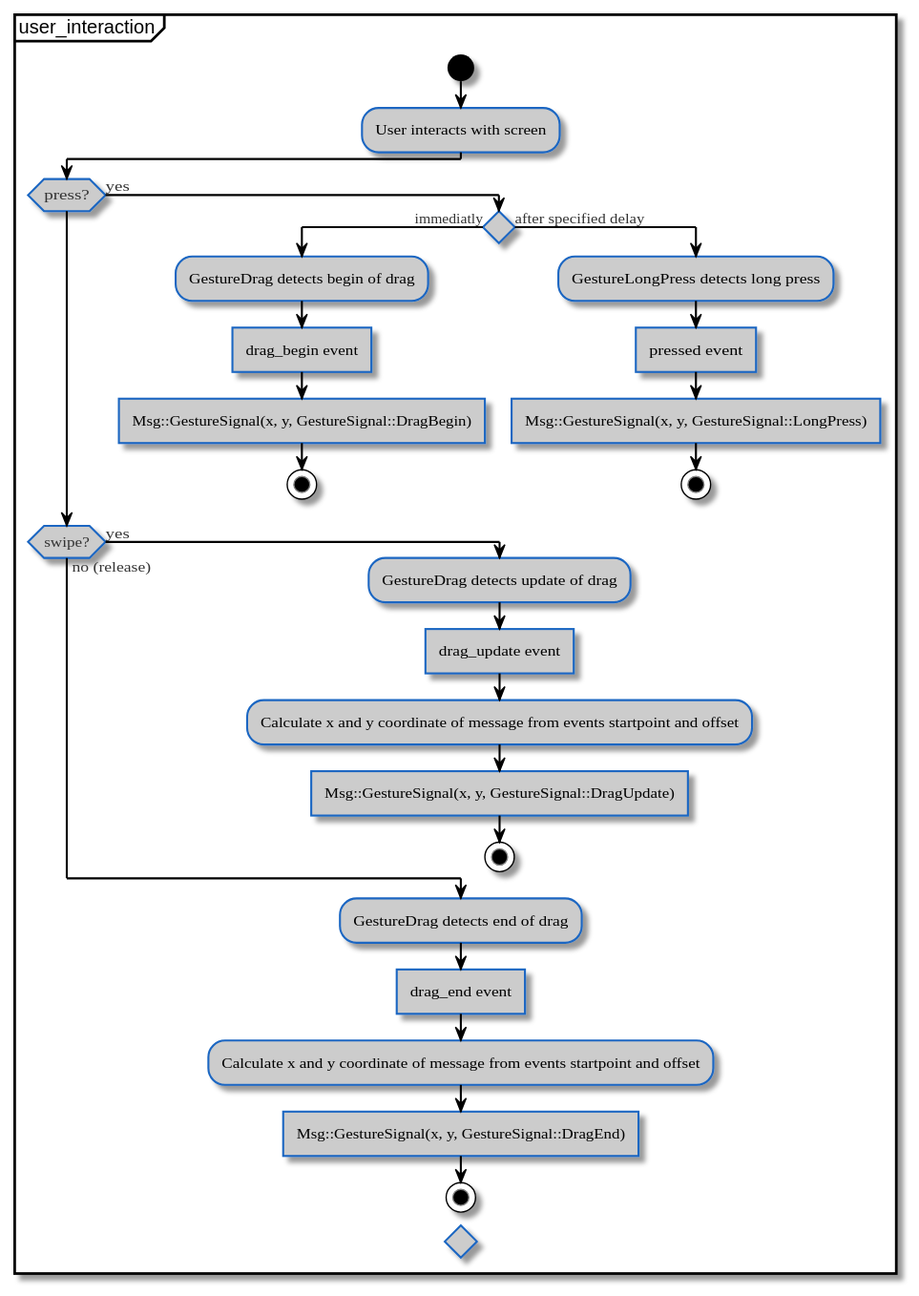
The PlantUML diagram docs/diagrams/out/activity/user_interaction/user_interaction.svg in pentamassiv/keyboard, before a commit.
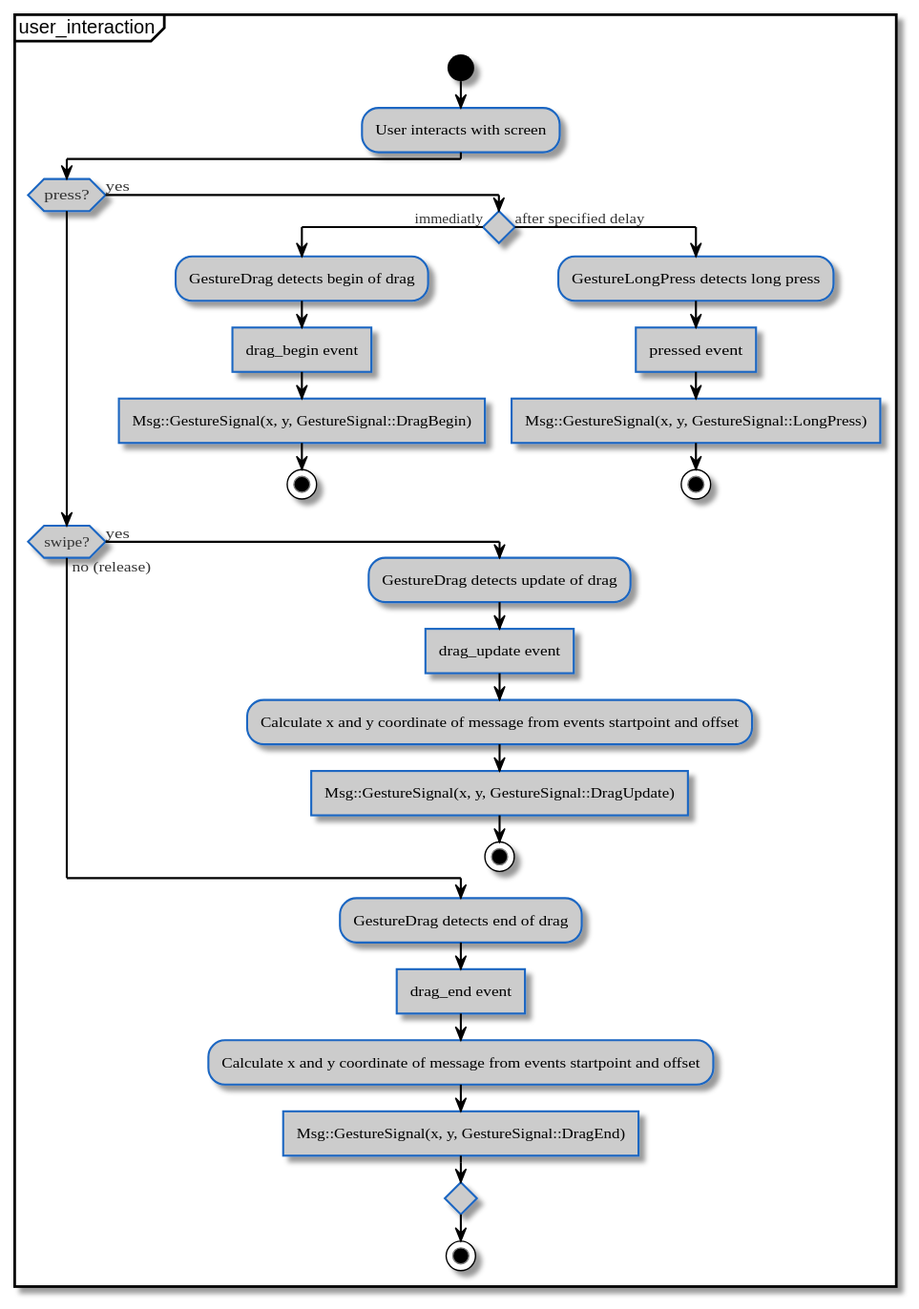
The same file after the commit.

The edit, as a diff of the source:
```diff
@@ -30,7 +30,7 @@
     :drag_end event]
     :Calculate x and y coordinate of message from events startpoint and offset;
     :Msg::GestureSignal(x, y, GestureSignal::DragEnd)]
+    endif
     stop
-  endif
 }
 @enduml
```
